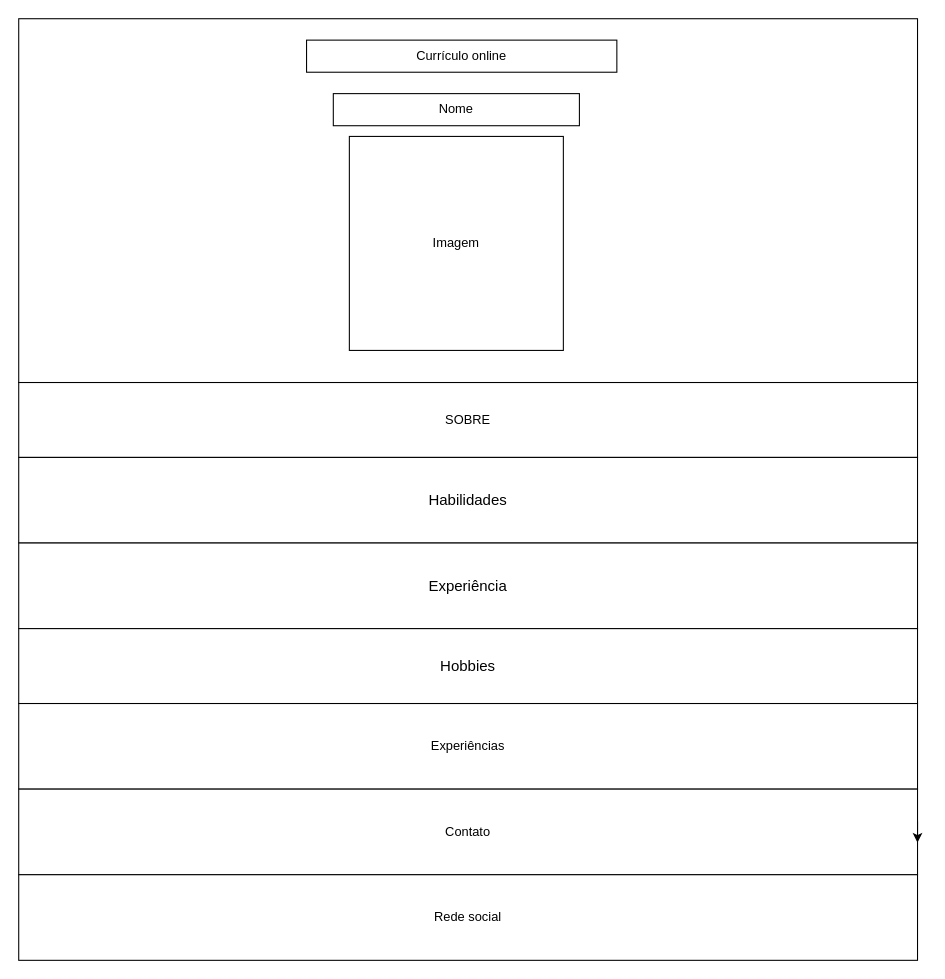
The draw.io diagram wireframe.drawio in lucafxp01/Portfolio, before the edit. Source tidied: cells renumbered, new cells numbered last; positions are measured from the earlier drawing's top-left corner, leaving out a move shared by most shapes. Both pictures are drawn from the tidied source at 107%, with x=0, y=0 at pixel (18, 18).
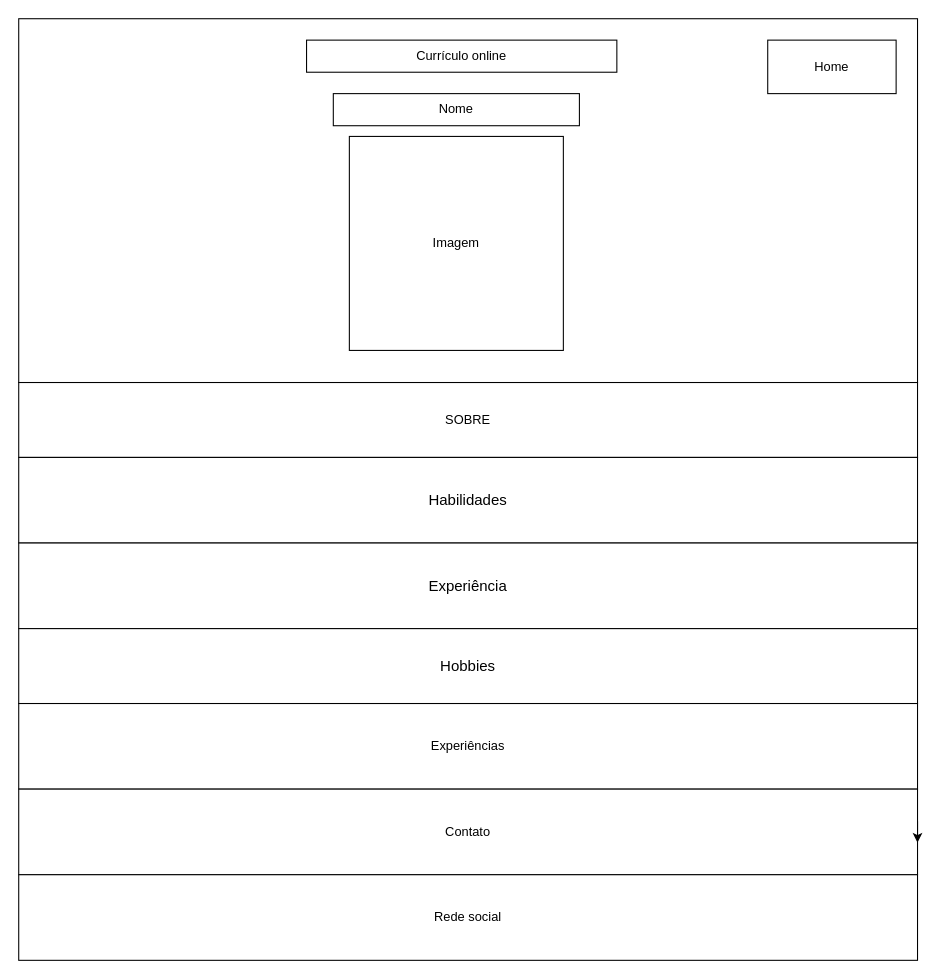
The same page after the edit.

Change to the diagram source:
```diff
@@
 <mxGraphModel>
   <root>
     <mxCell id="0" />
     <mxCell id="1" parent="0" />
     <mxCell id="2" style="rounded=0;whiteSpace=wrap;html=1;fontStyle=0;" parent="1" vertex="1">
       <mxGeometry width="840" height="340" as="geometry" />
     </mxCell>
     <mxCell id="3" value="Imagem" style="whiteSpace=wrap;html=1;" parent="1" vertex="1">
       <mxGeometry x="309" y="110" width="200" height="200" as="geometry" />
     </mxCell>
     <mxCell id="4" value="Nome" style="rounded=0;whiteSpace=wrap;html=1;" parent="1" vertex="1">
       <mxGeometry x="294" y="70" width="230" height="30" as="geometry" />
     </mxCell>
     <mxCell id="5" value="SOBRE" style="rounded=0;whiteSpace=wrap;html=1;" parent="1" vertex="1">
       <mxGeometry y="340" width="840" height="70" as="geometry" />
     </mxCell>
     <mxCell id="6" value="&lt;font style=&quot;font-size: 14px;&quot;&gt;Habilidades&lt;/font&gt;" style="rounded=0;whiteSpace=wrap;html=1;" parent="1" vertex="1">
       <mxGeometry y="410" width="840" height="80" as="geometry" />
     </mxCell>
     <mxCell id="7" value="&lt;font style=&quot;font-size: 14px;&quot;&gt;Experiência&lt;/font&gt;" style="rounded=0;whiteSpace=wrap;html=1;" parent="1" vertex="1">
       <mxGeometry y="490" width="840" height="80" as="geometry" />
     </mxCell>
     <mxCell id="8" value="&lt;font style=&quot;font-size: 14px;&quot;&gt;Hobbies&lt;/font&gt;" style="rounded=0;whiteSpace=wrap;html=1;" parent="1" vertex="1">
       <mxGeometry y="570" width="840" height="70" as="geometry" />
     </mxCell>
     <mxCell id="9" value="Experiências" style="rounded=0;whiteSpace=wrap;html=1;" parent="1" vertex="1">
       <mxGeometry y="640" width="840" height="80" as="geometry" />
     </mxCell>
     <mxCell id="10" value="Contato" style="rounded=0;whiteSpace=wrap;html=1;" parent="1" vertex="1">
       <mxGeometry y="720" width="840" height="80" as="geometry" />
     </mxCell>
     <mxCell id="11" value="Rede social" style="rounded=0;whiteSpace=wrap;html=1;" parent="1" vertex="1">
       <mxGeometry y="800" width="840" height="80" as="geometry" />
     </mxCell>
     <mxCell id="12" style="edgeStyle=orthogonalEdgeStyle;rounded=0;orthogonalLoop=1;jettySize=auto;html=1;" parent="1" edge="1">
       <mxGeometry relative="1" as="geometry">
         <mxPoint x="840" y="750" as="sourcePoint" />
         <mxPoint x="840" y="770" as="targetPoint" />
       </mxGeometry>
     </mxCell>
     <mxCell id="13" value="Currículo online" style="rounded=0;whiteSpace=wrap;html=1;" parent="1" vertex="1">
       <mxGeometry x="269" y="20" width="290" height="30" as="geometry" />
     </mxCell>
+    <mxCell id="14" value="Home" style="rounded=0;whiteSpace=wrap;html=1;" parent="1" vertex="1">
+      <mxGeometry x="700" y="20" width="120" height="50" as="geometry" />
+    </mxCell>
   </root>
 </mxGraphModel>
```
